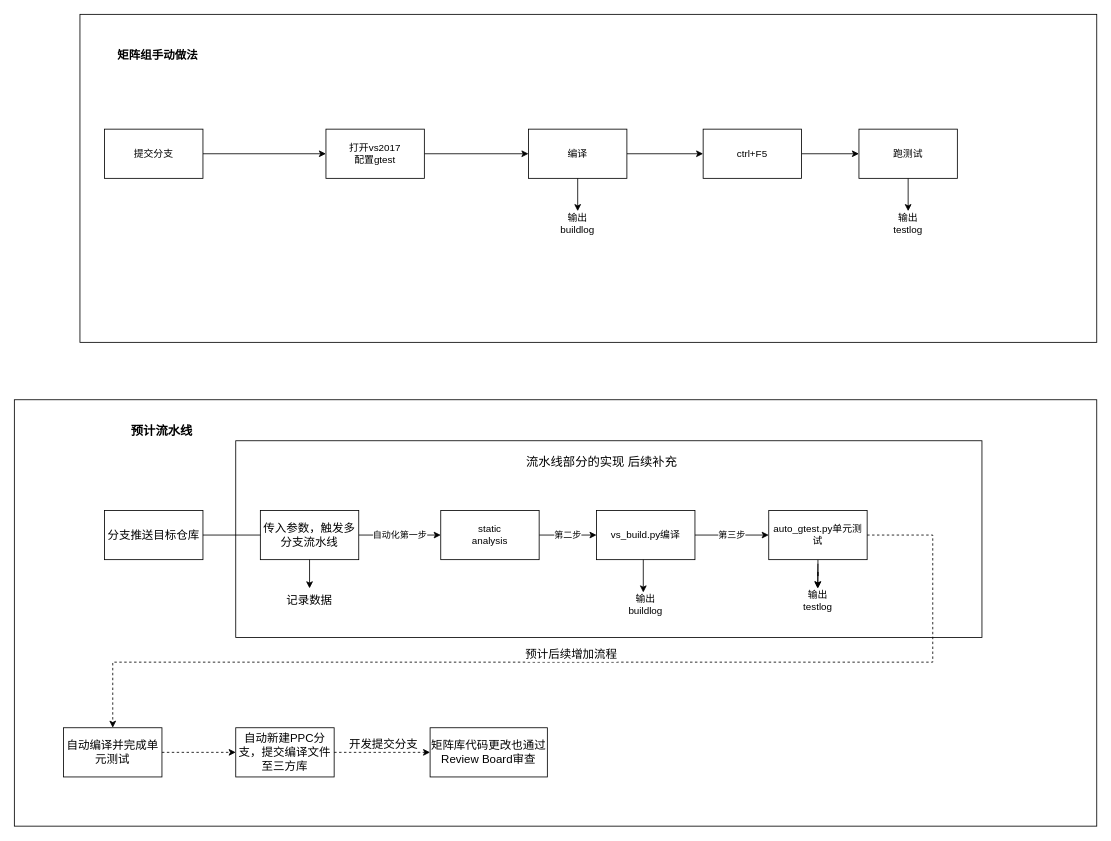
The draw.io diagram ZWMatrix.drawio in YingSi163/Effy, before the edit. Source tidied: cells renumbered, new cells numbered last; positions are measured from the earlier drawing's top-left corner, leaving out a move shared by most shapes. Both pictures are drawn from the tidied source at 82%, with x=0, y=0 at pixel (14, 14).
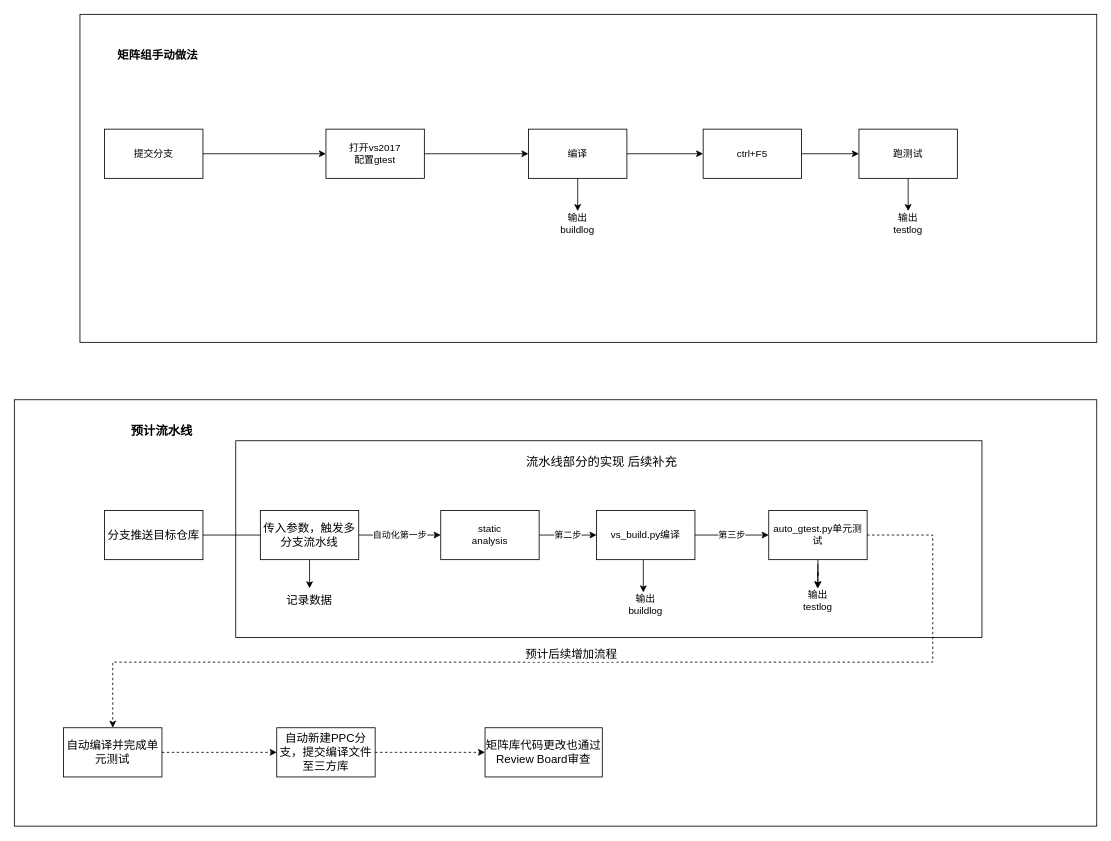
The same diagram, later.

The edit, as a diff of the source:
```diff
@@
     <mxCell id="39" value="自动新建PPC分支，提交编译文件至三方库" style="rounded=0;whiteSpace=wrap;html=1;fontSize=14;" parent="1" vertex="1">
-      <mxGeometry x="270" y="870" width="120" height="60" as="geometry" />
+      <mxGeometry x="320" y="870" width="120" height="60" as="geometry" />
     </mxCell>
@@
     <mxCell id="41" value="矩阵库代码更改也通过Review Board审查" style="rounded=0;whiteSpace=wrap;html=1;fontSize=14;" parent="1" vertex="1">
-      <mxGeometry x="507" y="870" width="143" height="60" as="geometry" />
+      <mxGeometry x="574" y="870" width="143" height="60" as="geometry" />
     </mxCell>
-    <mxCell id="42" value="开发提交分支" style="endArrow=classic;html=1;rounded=0;dashed=1;fontSize=14;exitX=1;exitY=0.5;exitDx=0;exitDy=0;entryX=0;entryY=0.5;entryDx=0;entryDy=0;" parent="1" edge="1" source="39" target="41">
+    <mxCell id="42" style="endArrow=classic;html=1;rounded=0;dashed=1;fontSize=14;exitX=1;exitY=0.5;exitDx=0;exitDy=0;entryX=0;entryY=0.5;entryDx=0;entryDy=0;" parent="1" edge="1" source="39" target="41">
       <mxGeometry x="0.03" y="10" relative="1" as="geometry">
         <Array as="points">
           <mxPoint x="460" y="900" />
         </Array>
       </mxGeometry>
     </mxCell>
```
